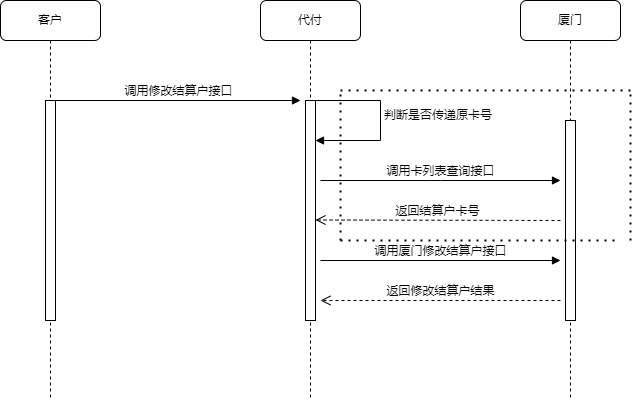
This is 代付修改结算户接口兼容性改造方案.png from songyibo2019/mydiagrams, a draw.io export, as it was before one commit. Source tidied: cells renumbered, new cells last; positions are measured from the earlier drawing's top-left corner, leaving out a move shared by most shapes.
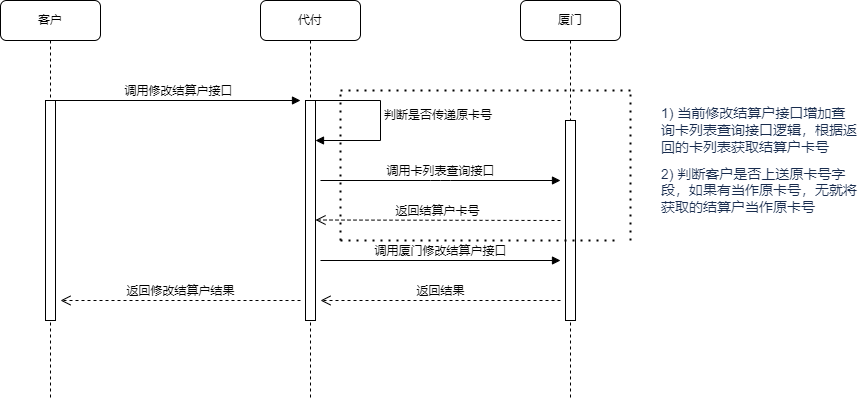
The same file after the commit.

Commit message:
Update 代付修改结算户接口兼容性改造方案.png

What changed in the source:
```diff
@@ -62,7 +62,7 @@
         <mxPoint x="560" y="180" as="targetPoint" />
       </mxGeometry>
     </mxCell>
-    <mxCell id="15" value="返回修改结算户结果" style="html=1;verticalAlign=bottom;endArrow=open;dashed=1;endSize=8;labelBackgroundColor=none;fontFamily=Verdana;fontSize=12;" parent="1" edge="1">
+    <mxCell id="15" value="返回结果" style="html=1;verticalAlign=bottom;endArrow=open;dashed=1;endSize=8;labelBackgroundColor=none;fontFamily=Verdana;fontSize=12;" parent="1" edge="1">
       <mxGeometry relative="1" as="geometry">
         <mxPoint x="560" y="300" as="sourcePoint" />
         <mxPoint x="320" y="300" as="targetPoint" />
@@ -86,5 +86,14 @@
         <mxPoint x="340" y="90" as="targetPoint" />
       </mxGeometry>
     </mxCell>
+    <mxCell id="19" value="返回修改结算户结果" style="html=1;verticalAlign=bottom;endArrow=open;dashed=1;endSize=8;labelBackgroundColor=none;fontFamily=Verdana;fontSize=12;" parent="1" edge="1">
+      <mxGeometry relative="1" as="geometry">
+        <mxPoint x="300" y="300" as="sourcePoint" />
+        <mxPoint x="60" y="300" as="targetPoint" />
+      </mxGeometry>
+    </mxCell>
+    <mxCell id="20" value="&lt;p style=&quot;margin: 10px 0px 0px ; color: rgb(23 , 43 , 77) ; font-family: , &amp;#34;blinkmacsystemfont&amp;#34; , &amp;#34;segoe ui&amp;#34; , &amp;#34;roboto&amp;#34; , &amp;#34;oxygen&amp;#34; , &amp;#34;ubuntu&amp;#34; , &amp;#34;fira sans&amp;#34; , &amp;#34;droid sans&amp;#34; , &amp;#34;helvetica neue&amp;#34; , sans-serif ; font-size: 14px ; text-align: left&quot;&gt;&lt;span class=&quot;confluence-embedded-file-wrapper&quot;&gt;1) 当前修改结算户接口增加查询卡列表查询接口逻辑，根据返回的卡列表获取结算户卡号&lt;/span&gt;&lt;/p&gt;&lt;p style=&quot;margin: 10px 0px 0px ; color: rgb(23 , 43 , 77) ; font-family: , &amp;#34;blinkmacsystemfont&amp;#34; , &amp;#34;segoe ui&amp;#34; , &amp;#34;roboto&amp;#34; , &amp;#34;oxygen&amp;#34; , &amp;#34;ubuntu&amp;#34; , &amp;#34;fira sans&amp;#34; , &amp;#34;droid sans&amp;#34; , &amp;#34;helvetica neue&amp;#34; , sans-serif ; font-size: 14px ; text-align: left&quot;&gt;&lt;span class=&quot;confluence-embedded-file-wrapper&quot;&gt;2)&amp;nbsp;判断客户是否上送原卡号字段，如果有当作原卡号，无就将获取的结算户当作原卡号&lt;/span&gt;&lt;/p&gt;" style="text;html=1;strokeColor=none;fillColor=none;align=center;verticalAlign=middle;whiteSpace=wrap;rounded=0;" parent="1" vertex="1">
+      <mxGeometry x="660" y="100" width="200" height="110" as="geometry" />
+    </mxCell>
   </root>
 </mxGraphModel>
```
